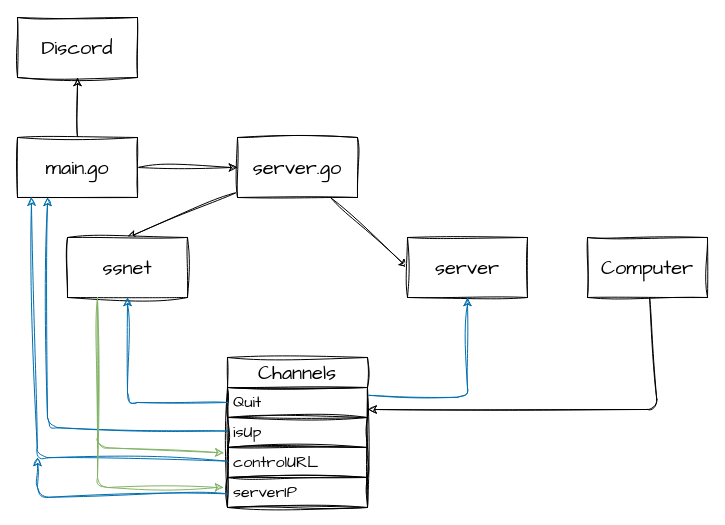
This is draw.dio from akazdayo/mc-server-auto-launch, a draw.io file, before an edit. Source tidied: cells renumbered, new cells numbered last; positions are measured from the earlier drawing's top-left corner, leaving out a move shared by most shapes. Both pictures are drawn from the tidied source at 100%, with x=0, y=0 at pixel (17, 17).
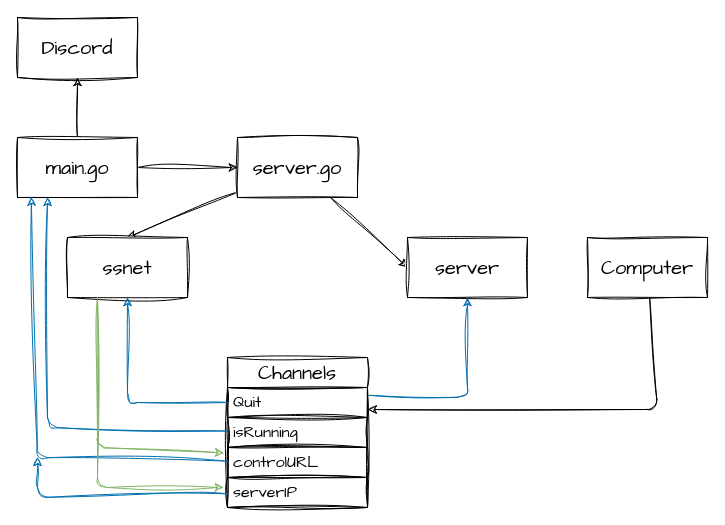
After the change.

The change refers to these unchanged cells:
```xml
<mxCell id="11" value="Channels" style="swimlane;fontStyle=0;horizontal=1;startSize=30;whiteSpace=wrap;html=1;sketch=1;hachureGap=4;jiggle=2;curveFitting=1;fontFamily=Architects Daughter;fontSize=20;" parent="1" vertex="1">
  <mxGeometry x="210" y="340" width="140" height="150" as="geometry" />
</mxCell>
```

Change to the diagram source:
```diff
@@
-    <mxCell id="13" value="isUp" style="text;strokeColor=default;fillColor=none;align=left;verticalAlign=middle;spacingLeft=4;spacingRight=4;overflow=hidden;points=[[0,0.5],[1,0.5]];portConstraint=eastwest;whiteSpace=wrap;html=1;fontSize=16;sketch=1;hachureGap=4;jiggle=2;curveFitting=1;fontFamily=Architects Daughter;" parent="11" vertex="1">
+    <mxCell id="13" value="isRunning" style="text;strokeColor=default;fillColor=none;align=left;verticalAlign=middle;spacingLeft=4;spacingRight=4;overflow=hidden;points=[[0,0.5],[1,0.5]];portConstraint=eastwest;whiteSpace=wrap;html=1;fontSize=16;sketch=1;hachureGap=4;jiggle=2;curveFitting=1;fontFamily=Architects Daughter;" parent="11" vertex="1">
       <mxGeometry y="60" width="140" height="30" as="geometry" />
     </mxCell>
```
